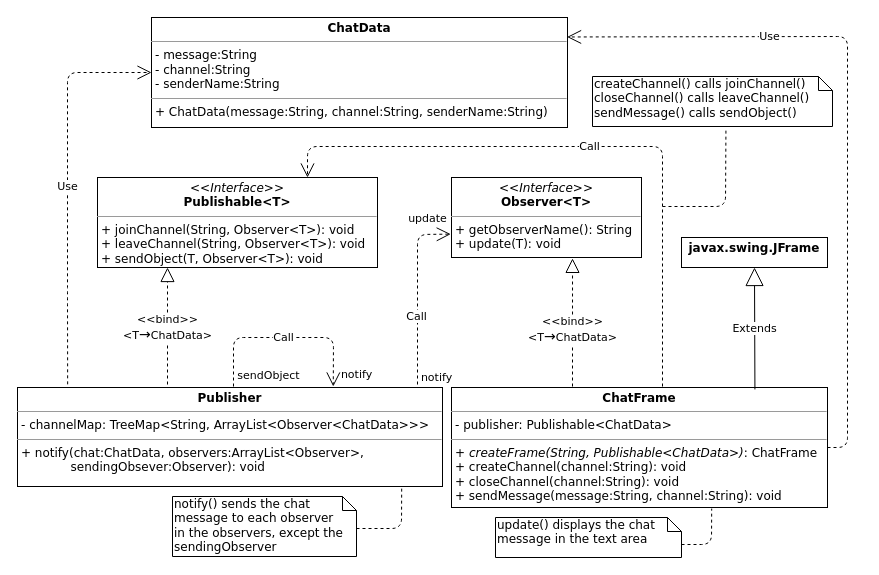
Above: doc/images/SimpleChatUMLClassDiagram.drawio in owencho/SimpleChat (draw.io), before the change. Source tidied: cells renumbered, new cells numbered last; positions are measured from the earlier drawing's top-left corner, leaving out a move shared by most shapes. Both pictures are drawn from the tidied source at 100%, with x=0, y=0 at pixel (17, 17).
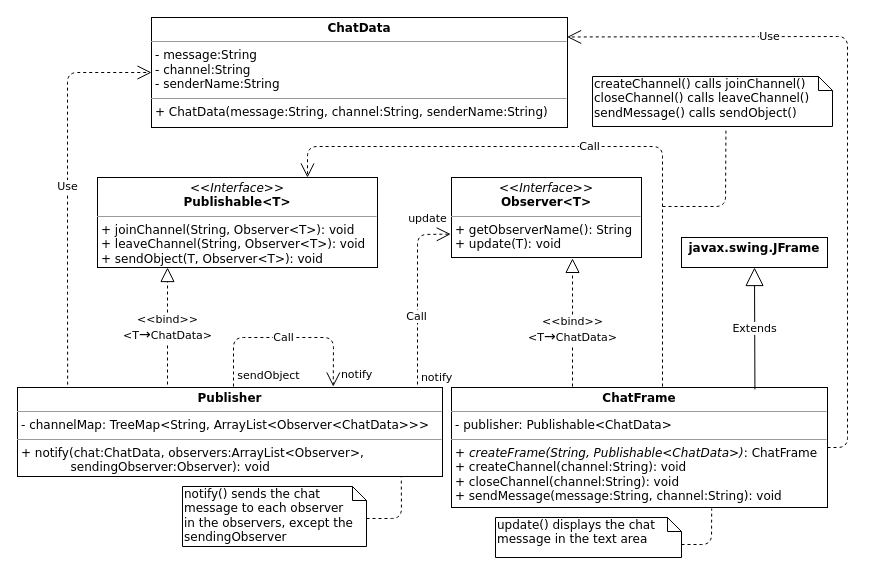
Above is the later version.

Commit message (it also covers changes not shown here):
Amended SimpleChatUMLClassDiagram

Change to the diagram source:
```diff
@@
-    <mxCell id="3" value="&lt;p style=&quot;margin: 0px ; margin-top: 4px ; text-align: center&quot;&gt;&lt;b&gt;Publisher&lt;/b&gt;&lt;/p&gt;&lt;hr size=&quot;1&quot;&gt;&lt;p style=&quot;margin: 0px ; margin-left: 4px&quot;&gt;- channelMap: TreeMap&amp;lt;String, ArrayList&amp;lt;Observer&amp;lt;ChatData&amp;gt;&amp;gt;&amp;gt;&lt;/p&gt;&lt;hr size=&quot;1&quot;&gt;&lt;p style=&quot;margin: 0px ; margin-left: 4px&quot;&gt;+ notify(chat:ChatData, observers:ArrayList&amp;lt;Observer&amp;gt;,&lt;/p&gt;&lt;p style=&quot;margin: 0px ; margin-left: 4px&quot;&gt;&amp;nbsp; &amp;nbsp; &amp;nbsp; &amp;nbsp; &amp;nbsp; &amp;nbsp; &amp;nbsp;sendingObsever:Observer): void&lt;/p&gt;" style="verticalAlign=top;align=left;overflow=fill;fontSize=12;fontFamily=Verdana;html=1;" parent="1" vertex="1">
-      <mxGeometry y="370" width="425" height="99" as="geometry" />
+    <mxCell id="3" value="&lt;p style=&quot;margin: 0px ; margin-top: 4px ; text-align: center&quot;&gt;&lt;b&gt;Publisher&lt;/b&gt;&lt;/p&gt;&lt;hr size=&quot;1&quot;&gt;&lt;p style=&quot;margin: 0px ; margin-left: 4px&quot;&gt;- channelMap: TreeMap&amp;lt;String, ArrayList&amp;lt;Observer&amp;lt;ChatData&amp;gt;&amp;gt;&amp;gt;&lt;/p&gt;&lt;hr size=&quot;1&quot;&gt;&lt;p style=&quot;margin: 0px ; margin-left: 4px&quot;&gt;+ notify(chat:ChatData, observers:ArrayList&amp;lt;Observer&amp;gt;,&lt;/p&gt;&lt;p style=&quot;margin: 0px ; margin-left: 4px&quot;&gt;&amp;nbsp; &amp;nbsp; &amp;nbsp; &amp;nbsp; &amp;nbsp; &amp;nbsp; &amp;nbsp;sendingObserver:Observer): void&lt;/p&gt;" style="verticalAlign=top;align=left;overflow=fill;fontSize=12;fontFamily=Verdana;html=1;" parent="1" vertex="1">
+      <mxGeometry y="370" width="425" height="89" as="geometry" />
     </mxCell>
@@
     <mxCell id="21" value="notify() sends the chat message to each observer&lt;br&gt;in the observers, except the sendingObserver" style="shape=note;whiteSpace=wrap;html=1;size=14;verticalAlign=top;align=left;spacingTop=-6;fontFamily=Verdana;" parent="1" vertex="1">
-      <mxGeometry x="155" y="479" width="184" height="60" as="geometry" />
+      <mxGeometry x="165" y="469" width="184" height="60" as="geometry" />
     </mxCell>
-    <mxCell id="22" style="endArrow=none;dashed=1;html=1;fontFamily=Verdana;entryX=0.904;entryY=1.015;entryDx=0;entryDy=0;entryPerimeter=0;exitX=0;exitY=0;exitDx=184;exitDy=32;exitPerimeter=0;" parent="1" edge="1" source="21" target="3">
+    <mxCell id="22" style="endArrow=none;dashed=1;html=1;fontFamily=Verdana;exitX=0;exitY=0;exitDx=184;exitDy=32;exitPerimeter=0;entryX=0.903;entryY=1.009;entryDx=0;entryDy=0;entryPerimeter=0;" parent="1" edge="1" source="21" target="3">
       <mxGeometry relative="1" as="geometry">
         <Array as="points">
-          <mxPoint x="384" y="511" />
+          <mxPoint x="384" y="501" />
         </Array>
       </mxGeometry>
     </mxCell>
```
